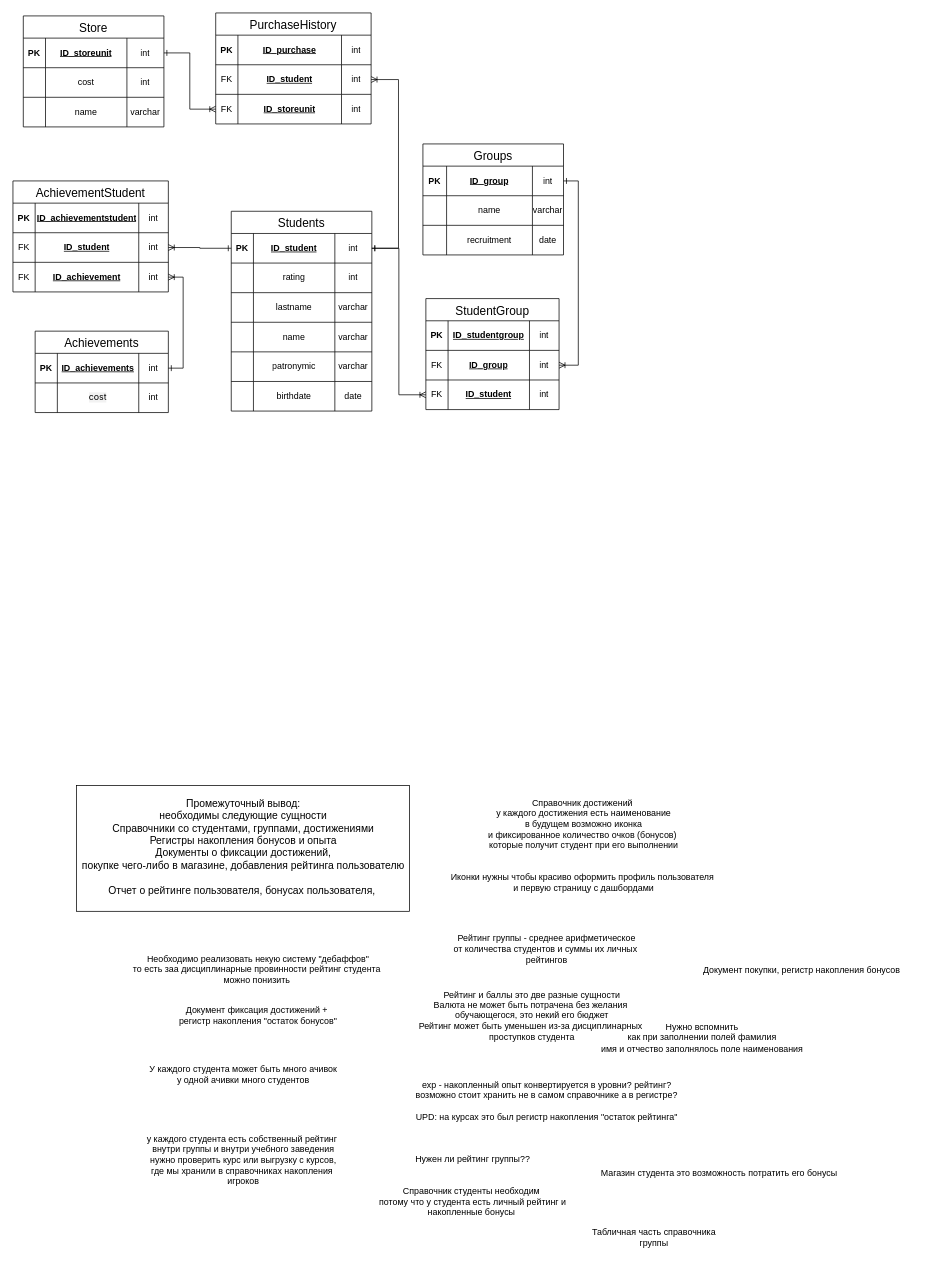
LerkaIssy/ProductionPractice keeps this draw.io diagram as Ход работы/День2_ER-диаграммаВПроцессе.drawio. Above is the earlier version. Source tidied: cells renumbered, new cells numbered last; positions are measured from the earlier drawing's top-left corner, leaving out a move shared by most shapes. Both pictures are drawn from the tidied source at 74%, with x=0, y=0 at pixel (13, 13).
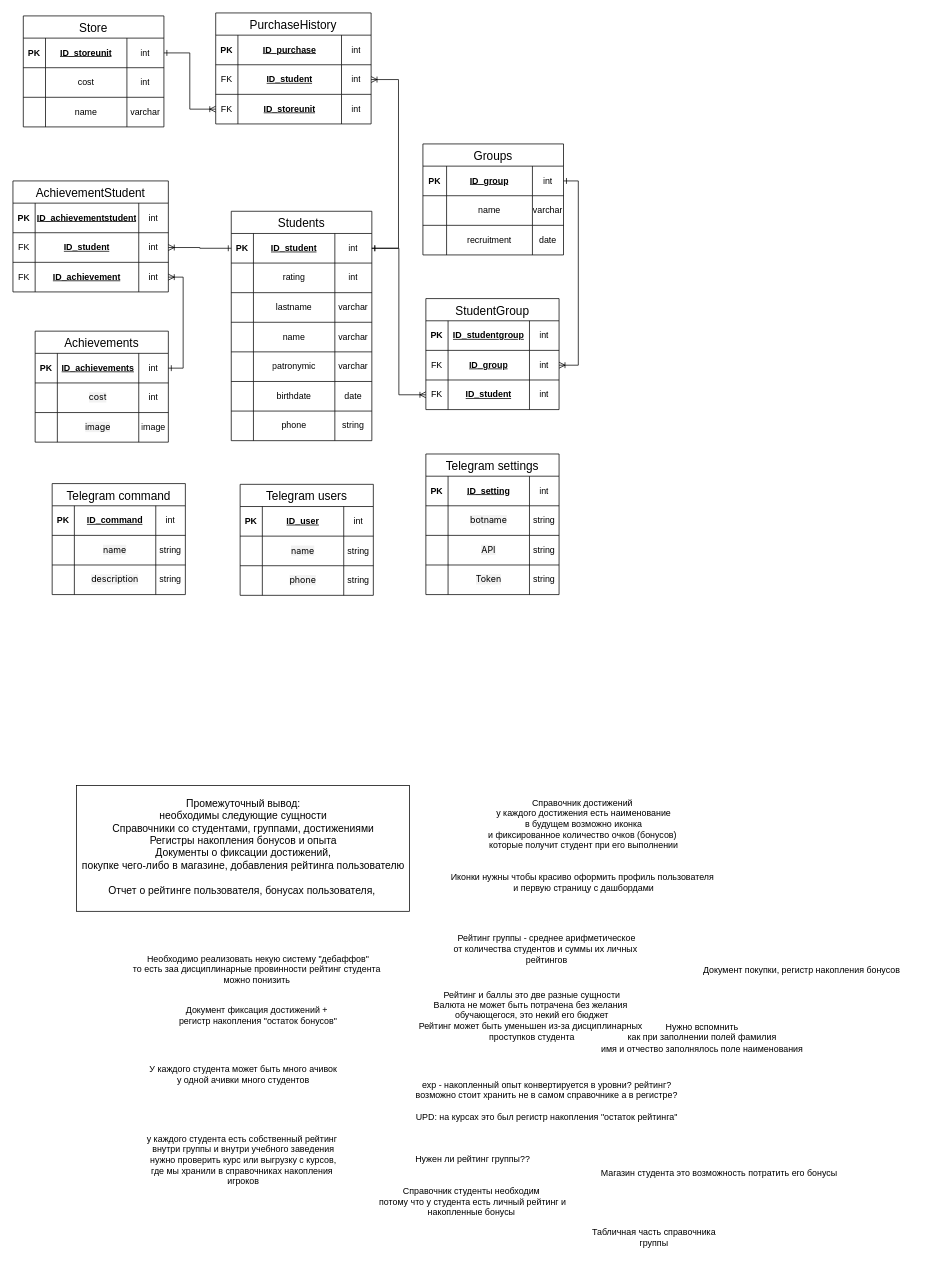
The same page after the edit.

Commit message (it also covers changes not shown here):
Process report, add pp diary, fix er-diagramm

What changed in the source:
```diff
@@
     <mxCell id="5" value="Students" style="shape=table;startSize=30;childLayout=tableLayout;strokeColor=default;fontSize=16;" parent="1" vertex="1">
-      <mxGeometry x="295" y="268" width="190" height="270" as="geometry" />
+      <mxGeometry x="295" y="268" width="190" height="310" as="geometry" />
     </mxCell>
@@
+    <mxCell id="122" style="shape=tableRow;horizontal=0;startSize=0;swimlaneHead=0;swimlaneBody=0;strokeColor=inherit;top=0;left=0;bottom=0;right=0;fillColor=none;fontSize=12;" parent="5" vertex="1">
+      <mxGeometry y="270" width="190" height="40" as="geometry" />
+    </mxCell>
+    <mxCell id="123" style="shape=partialRectangle;html=1;whiteSpace=wrap;strokeColor=inherit;overflow=hidden;fillColor=none;top=0;left=0;bottom=0;right=0;fontSize=12;" parent="122" vertex="1">
+      <mxGeometry width="30" height="40" as="geometry" />
+    </mxCell>
+    <mxCell id="124" value="&lt;span style=&quot;text-align: left;&quot;&gt;phone&lt;/span&gt;" style="shape=partialRectangle;html=1;whiteSpace=wrap;strokeColor=inherit;overflow=hidden;fillColor=none;top=0;left=0;bottom=0;right=0;fontSize=12;" parent="122" vertex="1">
+      <mxGeometry x="30" width="110" height="40" as="geometry" />
+    </mxCell>
+    <mxCell id="125" value="string" style="shape=partialRectangle;html=1;whiteSpace=wrap;strokeColor=inherit;overflow=hidden;fillColor=none;top=0;left=0;bottom=0;right=0;fontSize=12;" parent="122" vertex="1">
+      <mxGeometry x="140" width="50" height="40" as="geometry" />
+    </mxCell>
@@
     <mxCell id="56" value="Achievements" style="shape=table;startSize=30;childLayout=tableLayout;strokeColor=default;fontSize=16;" parent="1" vertex="1">
-      <mxGeometry x="30" y="430" width="180" height="110" as="geometry" />
+      <mxGeometry x="30" y="430" width="180" height="150" as="geometry" />
     </mxCell>
@@
+    <mxCell id="126" style="shape=tableRow;horizontal=0;startSize=0;swimlaneHead=0;swimlaneBody=0;strokeColor=inherit;top=0;left=0;bottom=0;right=0;fillColor=none;fontSize=12;" parent="56" vertex="1">
+      <mxGeometry y="110" width="180" height="40" as="geometry" />
+    </mxCell>
+    <mxCell id="127" style="shape=partialRectangle;html=1;whiteSpace=wrap;strokeColor=inherit;overflow=hidden;fillColor=none;top=0;left=0;bottom=0;right=0;fontSize=12;" parent="126" vertex="1">
+      <mxGeometry width="30" height="40" as="geometry" />
+    </mxCell>
+    <mxCell id="128" value="&lt;span style=&quot;font-family: &amp;quot;YS Text&amp;quot;, -apple-system, BlinkMacSystemFont, Arial, Helvetica, sans-serif; text-align: start; white-space-collapse: preserve; background-color: rgba(0, 0, 0, 0.05);&quot;&gt;image&lt;/span&gt;" style="shape=partialRectangle;html=1;whiteSpace=wrap;strokeColor=inherit;overflow=hidden;fillColor=none;top=0;left=0;bottom=0;right=0;fontSize=12;" parent="126" vertex="1">
+      <mxGeometry x="30" width="110" height="40" as="geometry" />
+    </mxCell>
+    <mxCell id="129" value="image" style="shape=partialRectangle;html=1;whiteSpace=wrap;strokeColor=inherit;overflow=hidden;fillColor=none;top=0;left=0;bottom=0;right=0;fontSize=12;" parent="126" vertex="1">
+      <mxGeometry x="140" width="40" height="40" as="geometry" />
+    </mxCell>
@@
+    <mxCell id="130" value="Telegram command" style="shape=table;startSize=30;childLayout=tableLayout;strokeColor=default;fontSize=16;" parent="1" vertex="1">
+      <mxGeometry x="53" y="636" width="180" height="150" as="geometry" />
+    </mxCell>
+    <mxCell id="131" style="shape=tableRow;horizontal=0;startSize=0;swimlaneHead=0;swimlaneBody=0;strokeColor=inherit;top=0;left=0;bottom=0;right=0;fillColor=none;fontSize=12;" parent="130" vertex="1">
+      <mxGeometry y="30" width="180" height="40" as="geometry" />
+    </mxCell>
+    <mxCell id="132" value="&lt;span style=&quot;font-weight: 700;&quot;&gt;PK&lt;/span&gt;" style="shape=partialRectangle;html=1;whiteSpace=wrap;strokeColor=inherit;overflow=hidden;fillColor=none;top=0;left=0;bottom=0;right=0;fontSize=12;" parent="131" vertex="1">
+      <mxGeometry width="30" height="40" as="geometry" />
+    </mxCell>
+    <mxCell id="133" value="&lt;span style=&quot;font-weight: 700; text-align: left; text-decoration-line: underline;&quot;&gt;ID_command&lt;/span&gt;" style="shape=partialRectangle;html=1;whiteSpace=wrap;strokeColor=inherit;overflow=hidden;fillColor=none;top=0;left=0;bottom=0;right=0;fontSize=12;" parent="131" vertex="1">
+      <mxGeometry x="30" width="110" height="40" as="geometry" />
+    </mxCell>
+    <mxCell id="134" value="int" style="shape=partialRectangle;html=1;whiteSpace=wrap;strokeColor=inherit;overflow=hidden;fillColor=none;top=0;left=0;bottom=0;right=0;fontSize=12;" parent="131" vertex="1">
+      <mxGeometry x="140" width="40" height="40" as="geometry" />
+    </mxCell>
+    <mxCell id="135" style="shape=tableRow;horizontal=0;startSize=0;swimlaneHead=0;swimlaneBody=0;strokeColor=inherit;top=0;left=0;bottom=0;right=0;fillColor=none;fontSize=12;" parent="130" vertex="1">
+      <mxGeometry y="70" width="180" height="40" as="geometry" />
+    </mxCell>
+    <mxCell id="136" style="shape=partialRectangle;html=1;whiteSpace=wrap;strokeColor=inherit;overflow=hidden;fillColor=none;top=0;left=0;bottom=0;right=0;fontSize=12;" parent="135" vertex="1">
+      <mxGeometry width="30" height="40" as="geometry" />
+    </mxCell>
+    <mxCell id="137" value="&lt;span style=&quot;font-family: &amp;quot;YS Text&amp;quot;, -apple-system, BlinkMacSystemFont, Arial, Helvetica, sans-serif; text-align: start; white-space-collapse: preserve; background-color: rgba(0, 0, 0, 0.05);&quot;&gt;name&lt;/span&gt;" style="shape=partialRectangle;html=1;whiteSpace=wrap;strokeColor=inherit;overflow=hidden;fillColor=none;top=0;left=0;bottom=0;right=0;fontSize=12;" parent="135" vertex="1">
+      <mxGeometry x="30" width="110" height="40" as="geometry" />
+    </mxCell>
+    <mxCell id="138" value="string" style="shape=partialRectangle;html=1;whiteSpace=wrap;strokeColor=inherit;overflow=hidden;fillColor=none;top=0;left=0;bottom=0;right=0;fontSize=12;" parent="135" vertex="1">
+      <mxGeometry x="140" width="40" height="40" as="geometry" />
+    </mxCell>
+    <mxCell id="139" style="shape=tableRow;horizontal=0;startSize=0;swimlaneHead=0;swimlaneBody=0;strokeColor=inherit;top=0;left=0;bottom=0;right=0;fillColor=none;fontSize=12;" parent="130" vertex="1">
+      <mxGeometry y="110" width="180" height="40" as="geometry" />
+    </mxCell>
+    <mxCell id="140" style="shape=partialRectangle;html=1;whiteSpace=wrap;strokeColor=inherit;overflow=hidden;fillColor=none;top=0;left=0;bottom=0;right=0;fontSize=12;" parent="139" vertex="1">
+      <mxGeometry width="30" height="40" as="geometry" />
+    </mxCell>
+    <mxCell id="141" value="&lt;span style=&quot;font-family: &amp;quot;YS Text&amp;quot;, -apple-system, BlinkMacSystemFont, Arial, Helvetica, sans-serif; text-align: start; white-space-collapse: preserve; background-color: rgba(0, 0, 0, 0.05);&quot;&gt;description&lt;/span&gt;" style="shape=partialRectangle;html=1;whiteSpace=wrap;strokeColor=inherit;overflow=hidden;fillColor=none;top=0;left=0;bottom=0;right=0;fontSize=12;" parent="139" vertex="1">
+      <mxGeometry x="30" width="110" height="40" as="geometry" />
+    </mxCell>
+    <mxCell id="142" value="string" style="shape=partialRectangle;html=1;whiteSpace=wrap;strokeColor=inherit;overflow=hidden;fillColor=none;top=0;left=0;bottom=0;right=0;fontSize=12;" parent="139" vertex="1">
+      <mxGeometry x="140" width="40" height="40" as="geometry" />
+    </mxCell>
+    <mxCell id="143" value="Telegram users" style="shape=table;startSize=30;childLayout=tableLayout;strokeColor=default;fontSize=16;" parent="1" vertex="1">
+      <mxGeometry x="307" y="637" width="180" height="150" as="geometry" />
+    </mxCell>
+    <mxCell id="144" style="shape=tableRow;horizontal=0;startSize=0;swimlaneHead=0;swimlaneBody=0;strokeColor=inherit;top=0;left=0;bottom=0;right=0;fillColor=none;fontSize=12;" parent="143" vertex="1">
+      <mxGeometry y="30" width="180" height="40" as="geometry" />
+    </mxCell>
+    <mxCell id="145" value="&lt;span style=&quot;font-weight: 700;&quot;&gt;PK&lt;/span&gt;" style="shape=partialRectangle;html=1;whiteSpace=wrap;strokeColor=inherit;overflow=hidden;fillColor=none;top=0;left=0;bottom=0;right=0;fontSize=12;" parent="144" vertex="1">
+      <mxGeometry width="30" height="40" as="geometry" />
+    </mxCell>
+    <mxCell id="146" value="&lt;span style=&quot;font-weight: 700; text-align: left; text-decoration-line: underline;&quot;&gt;ID_user&lt;/span&gt;" style="shape=partialRectangle;html=1;whiteSpace=wrap;strokeColor=inherit;overflow=hidden;fillColor=none;top=0;left=0;bottom=0;right=0;fontSize=12;" parent="144" vertex="1">
+      <mxGeometry x="30" width="110" height="40" as="geometry" />
+    </mxCell>
+    <mxCell id="147" value="int" style="shape=partialRectangle;html=1;whiteSpace=wrap;strokeColor=inherit;overflow=hidden;fillColor=none;top=0;left=0;bottom=0;right=0;fontSize=12;" parent="144" vertex="1">
+      <mxGeometry x="140" width="40" height="40" as="geometry" />
+    </mxCell>
+    <mxCell id="148" style="shape=tableRow;horizontal=0;startSize=0;swimlaneHead=0;swimlaneBody=0;strokeColor=inherit;top=0;left=0;bottom=0;right=0;fillColor=none;fontSize=12;" parent="143" vertex="1">
+      <mxGeometry y="70" width="180" height="40" as="geometry" />
+    </mxCell>
+    <mxCell id="149" style="shape=partialRectangle;html=1;whiteSpace=wrap;strokeColor=inherit;overflow=hidden;fillColor=none;top=0;left=0;bottom=0;right=0;fontSize=12;" parent="148" vertex="1">
+      <mxGeometry width="30" height="40" as="geometry" />
+    </mxCell>
+    <mxCell id="150" value="&lt;span style=&quot;font-family: &amp;quot;YS Text&amp;quot;, -apple-system, BlinkMacSystemFont, Arial, Helvetica, sans-serif; text-align: start; white-space-collapse: preserve; background-color: rgba(0, 0, 0, 0.05);&quot;&gt;name&lt;/span&gt;" style="shape=partialRectangle;html=1;whiteSpace=wrap;strokeColor=inherit;overflow=hidden;fillColor=none;top=0;left=0;bottom=0;right=0;fontSize=12;" parent="148" vertex="1">
+      <mxGeometry x="30" width="110" height="40" as="geometry" />
+    </mxCell>
+    <mxCell id="151" value="string" style="shape=partialRectangle;html=1;whiteSpace=wrap;strokeColor=inherit;overflow=hidden;fillColor=none;top=0;left=0;bottom=0;right=0;fontSize=12;" parent="148" vertex="1">
+      <mxGeometry x="140" width="40" height="40" as="geometry" />
+    </mxCell>
+    <mxCell id="152" style="shape=tableRow;horizontal=0;startSize=0;swimlaneHead=0;swimlaneBody=0;strokeColor=inherit;top=0;left=0;bottom=0;right=0;fillColor=none;fontSize=12;" parent="143" vertex="1">
+      <mxGeometry y="110" width="180" height="40" as="geometry" />
+    </mxCell>
+    <mxCell id="153" style="shape=partialRectangle;html=1;whiteSpace=wrap;strokeColor=inherit;overflow=hidden;fillColor=none;top=0;left=0;bottom=0;right=0;fontSize=12;" parent="152" vertex="1">
+      <mxGeometry width="30" height="40" as="geometry" />
+    </mxCell>
+    <mxCell id="154" value="&lt;span style=&quot;font-family: &amp;quot;YS Text&amp;quot;, -apple-system, BlinkMacSystemFont, Arial, Helvetica, sans-serif; text-align: start; white-space-collapse: preserve; background-color: rgba(0, 0, 0, 0.05);&quot;&gt;phone&lt;/span&gt;" style="shape=partialRectangle;html=1;whiteSpace=wrap;strokeColor=inherit;overflow=hidden;fillColor=none;top=0;left=0;bottom=0;right=0;fontSize=12;" parent="152" vertex="1">
+      <mxGeometry x="30" width="110" height="40" as="geometry" />
+    </mxCell>
+    <mxCell id="155" value="string" style="shape=partialRectangle;html=1;whiteSpace=wrap;strokeColor=inherit;overflow=hidden;fillColor=none;top=0;left=0;bottom=0;right=0;fontSize=12;" parent="152" vertex="1">
+      <mxGeometry x="140" width="40" height="40" as="geometry" />
+    </mxCell>
+    <mxCell id="156" value="Telegram settings" style="shape=table;startSize=30;childLayout=tableLayout;strokeColor=default;fontSize=16;" parent="1" vertex="1">
+      <mxGeometry x="558" y="596" width="180" height="190" as="geometry" />
+    </mxCell>
+    <mxCell id="157" style="shape=tableRow;horizontal=0;startSize=0;swimlaneHead=0;swimlaneBody=0;strokeColor=inherit;top=0;left=0;bottom=0;right=0;fillColor=none;fontSize=12;" parent="156" vertex="1">
+      <mxGeometry y="30" width="180" height="40" as="geometry" />
+    </mxCell>
+    <mxCell id="158" value="&lt;span style=&quot;font-weight: 700;&quot;&gt;PK&lt;/span&gt;" style="shape=partialRectangle;html=1;whiteSpace=wrap;strokeColor=inherit;overflow=hidden;fillColor=none;top=0;left=0;bottom=0;right=0;fontSize=12;" parent="157" vertex="1">
+      <mxGeometry width="30" height="40" as="geometry" />
+    </mxCell>
+    <mxCell id="159" value="&lt;span style=&quot;font-weight: 700; text-align: left; text-decoration-line: underline;&quot;&gt;ID_setting&lt;/span&gt;" style="shape=partialRectangle;html=1;whiteSpace=wrap;strokeColor=inherit;overflow=hidden;fillColor=none;top=0;left=0;bottom=0;right=0;fontSize=12;" parent="157" vertex="1">
+      <mxGeometry x="30" width="110" height="40" as="geometry" />
+    </mxCell>
+    <mxCell id="160" value="int" style="shape=partialRectangle;html=1;whiteSpace=wrap;strokeColor=inherit;overflow=hidden;fillColor=none;top=0;left=0;bottom=0;right=0;fontSize=12;" parent="157" vertex="1">
+      <mxGeometry x="140" width="40" height="40" as="geometry" />
+    </mxCell>
+    <mxCell id="161" style="shape=tableRow;horizontal=0;startSize=0;swimlaneHead=0;swimlaneBody=0;strokeColor=inherit;top=0;left=0;bottom=0;right=0;fillColor=none;fontSize=12;" parent="156" vertex="1">
+      <mxGeometry y="70" width="180" height="40" as="geometry" />
+    </mxCell>
+    <mxCell id="162" style="shape=partialRectangle;html=1;whiteSpace=wrap;strokeColor=inherit;overflow=hidden;fillColor=none;top=0;left=0;bottom=0;right=0;fontSize=12;" parent="161" vertex="1">
+      <mxGeometry width="30" height="40" as="geometry" />
+    </mxCell>
+    <mxCell id="163" value="&lt;span style=&quot;font-family: &amp;quot;YS Text&amp;quot;, -apple-system, BlinkMacSystemFont, Arial, Helvetica, sans-serif; text-align: start; white-space-collapse: preserve; background-color: rgba(0, 0, 0, 0.05);&quot;&gt;botname&lt;/span&gt;" style="shape=partialRectangle;html=1;whiteSpace=wrap;strokeColor=inherit;overflow=hidden;fillColor=none;top=0;left=0;bottom=0;right=0;fontSize=12;" parent="161" vertex="1">
+      <mxGeometry x="30" width="110" height="40" as="geometry" />
+    </mxCell>
+    <mxCell id="164" value="string" style="shape=partialRectangle;html=1;whiteSpace=wrap;strokeColor=inherit;overflow=hidden;fillColor=none;top=0;left=0;bottom=0;right=0;fontSize=12;" parent="161" vertex="1">
+      <mxGeometry x="140" width="40" height="40" as="geometry" />
+    </mxCell>
+    <mxCell id="165" style="shape=tableRow;horizontal=0;startSize=0;swimlaneHead=0;swimlaneBody=0;strokeColor=inherit;top=0;left=0;bottom=0;right=0;fillColor=none;fontSize=12;" parent="156" vertex="1">
+      <mxGeometry y="110" width="180" height="40" as="geometry" />
+    </mxCell>
+    <mxCell id="166" style="shape=partialRectangle;html=1;whiteSpace=wrap;strokeColor=inherit;overflow=hidden;fillColor=none;top=0;left=0;bottom=0;right=0;fontSize=12;" parent="165" vertex="1">
+      <mxGeometry width="30" height="40" as="geometry" />
+    </mxCell>
+    <mxCell id="167" value="&lt;span style=&quot;font-family: &amp;quot;YS Text&amp;quot;, -apple-system, BlinkMacSystemFont, Arial, Helvetica, sans-serif; text-align: start; white-space-collapse: preserve; background-color: rgba(0, 0, 0, 0.05);&quot;&gt;API&lt;/span&gt;" style="shape=partialRectangle;html=1;whiteSpace=wrap;strokeColor=inherit;overflow=hidden;fillColor=none;top=0;left=0;bottom=0;right=0;fontSize=12;" parent="165" vertex="1">
+      <mxGeometry x="30" width="110" height="40" as="geometry" />
+    </mxCell>
+    <mxCell id="168" value="string" style="shape=partialRectangle;html=1;whiteSpace=wrap;strokeColor=inherit;overflow=hidden;fillColor=none;top=0;left=0;bottom=0;right=0;fontSize=12;" parent="165" vertex="1">
+      <mxGeometry x="140" width="40" height="40" as="geometry" />
+    </mxCell>
+    <mxCell id="169" style="shape=tableRow;horizontal=0;startSize=0;swimlaneHead=0;swimlaneBody=0;strokeColor=inherit;top=0;left=0;bottom=0;right=0;fillColor=none;fontSize=12;" parent="156" vertex="1">
+      <mxGeometry y="150" width="180" height="40" as="geometry" />
+    </mxCell>
+    <mxCell id="170" style="shape=partialRectangle;html=1;whiteSpace=wrap;strokeColor=inherit;overflow=hidden;fillColor=none;top=0;left=0;bottom=0;right=0;fontSize=12;" parent="169" vertex="1">
+      <mxGeometry width="30" height="40" as="geometry" />
+    </mxCell>
+    <mxCell id="171" value="&lt;span style=&quot;font-family: &amp;quot;YS Text&amp;quot;, -apple-system, BlinkMacSystemFont, Arial, Helvetica, sans-serif; text-align: start; white-space-collapse: preserve; background-color: rgba(0, 0, 0, 0.05);&quot;&gt;Token&lt;/span&gt;" style="shape=partialRectangle;html=1;whiteSpace=wrap;strokeColor=inherit;overflow=hidden;fillColor=none;top=0;left=0;bottom=0;right=0;fontSize=12;" parent="169" vertex="1">
+      <mxGeometry x="30" width="110" height="40" as="geometry" />
+    </mxCell>
+    <mxCell id="172" value="string" style="shape=partialRectangle;html=1;whiteSpace=wrap;strokeColor=inherit;overflow=hidden;fillColor=none;top=0;left=0;bottom=0;right=0;fontSize=12;" parent="169" vertex="1">
+      <mxGeometry x="140" width="40" height="40" as="geometry" />
+    </mxCell>
```
